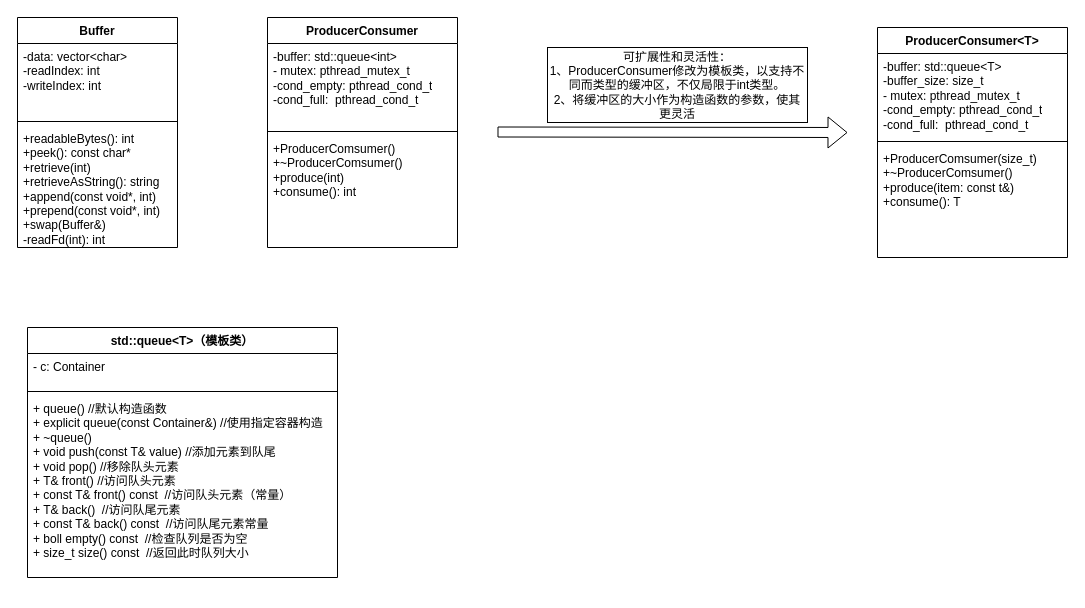
Earlier version of the draw.io diagram 类.drawio (HongxGe/TinyWebServer_by_h). Source tidied: cells renumbered, new cells numbered last; positions are measured from the earlier drawing's top-left corner, leaving out a move shared by most shapes. Both pictures are drawn from the tidied source at 100%, with x=0, y=0 at pixel (17, 17).
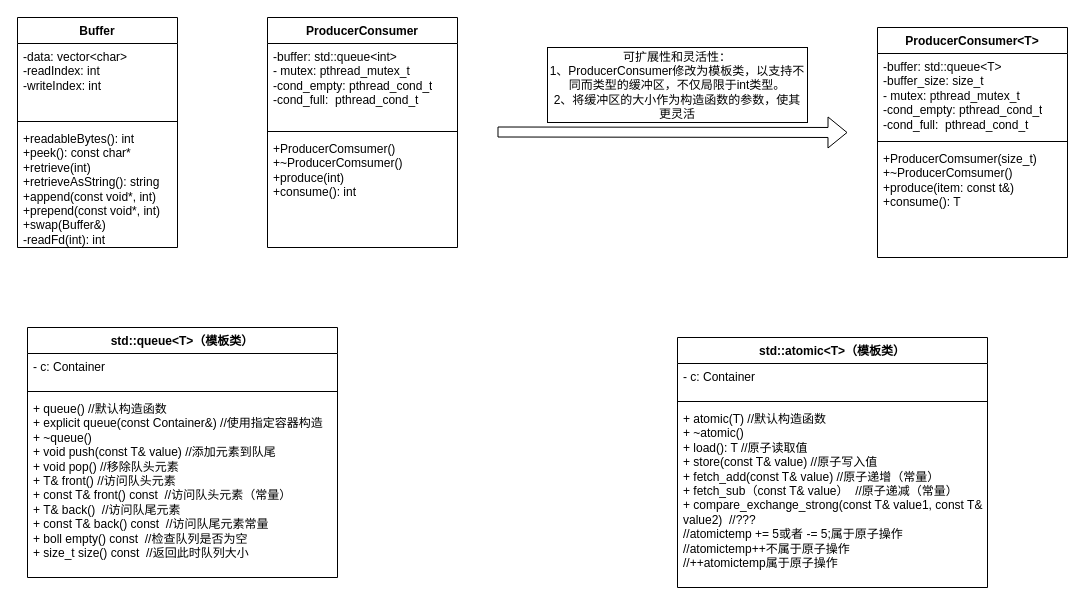
Above is the later version.

Commit message:
feat:std::atomic原子变量

Diff of the diagram source:
```diff
@@
+    <mxCell id="20" value="std::atomic&amp;lt;T&amp;gt;（模板类）" style="swimlane;fontStyle=1;align=center;verticalAlign=top;horizontal=1;startSize=26;whiteSpace=wrap;html=1;" parent="1" vertex="1">
+      <mxGeometry x="660" y="320" width="310" height="250" as="geometry" />
+    </mxCell>
+    <mxCell id="21" value="- c: Container" style="text;strokeColor=none;fillColor=none;align=left;verticalAlign=top;spacingLeft=4;spacingRight=4;overflow=hidden;whiteSpace=wrap;html=1;" parent="20" vertex="1">
+      <mxGeometry y="26" width="310" height="34" as="geometry" />
+    </mxCell>
+    <mxCell id="22" style="line;strokeWidth=1;fillColor=none;align=left;verticalAlign=middle;spacingTop=-1;spacingLeft=3;spacingRight=3;labelPosition=right;strokeColor=inherit;" parent="20" vertex="1">
+      <mxGeometry y="60" width="310" height="8" as="geometry" />
+    </mxCell>
+    <mxCell id="23" value="+ atomic(T) //默认构造函数&lt;div&gt;+ ~atomic()&lt;/div&gt;&lt;div&gt;+ load(): T //原子读取值&lt;/div&gt;&lt;div&gt;+ store(const T&amp;amp; value) //原子写入值&lt;/div&gt;&lt;div&gt;+ fetch_add(const T&amp;amp; value) //原子递增&lt;span style=&quot;background-color: transparent; color: light-dark(rgb(0, 0, 0), rgb(255, 255, 255));&quot;&gt;（常量）&lt;/span&gt;&lt;/div&gt;&lt;div&gt;+ fetch_sub（const T&amp;amp; value）&amp;nbsp; //原子递减（常量）&lt;/div&gt;&lt;div&gt;+ compare_exchange_strong(const T&amp;amp; value1, const T&amp;amp; value2)&amp;nbsp; //???&lt;/div&gt;&lt;div&gt;//atomictemp += 5或者 -= 5;属于原子操作&lt;/div&gt;&lt;div&gt;//atomictemp++不属于原子操作&lt;/div&gt;&lt;div&gt;//++atomictemp属于原子操作&lt;/div&gt;" style="text;strokeColor=none;fillColor=none;align=left;verticalAlign=top;spacingLeft=4;spacingRight=4;overflow=hidden;whiteSpace=wrap;html=1;" parent="20" vertex="1">
+      <mxGeometry y="68" width="310" height="182" as="geometry" />
+    </mxCell>
```
